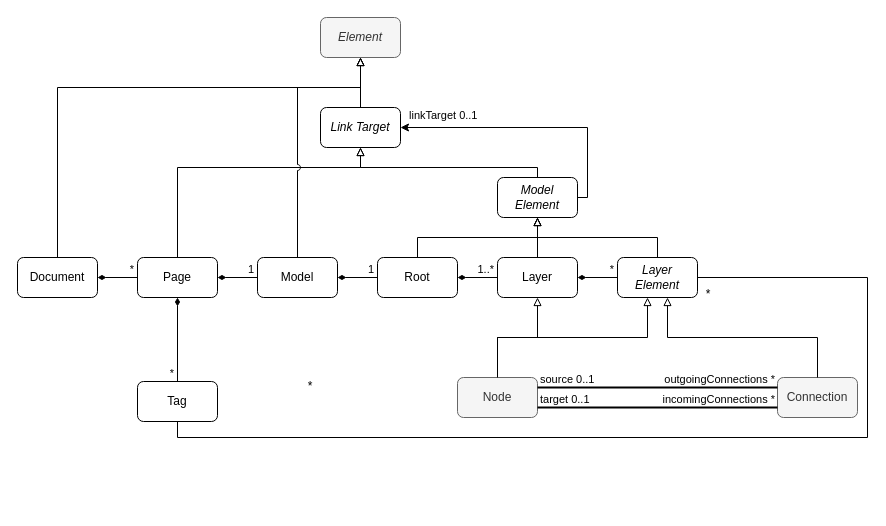
Above: model/core/drawio/classes.drawio in Nasdanika/nasdanika.github.io (draw.io), before the change. Source tidied: cells renumbered, new cells numbered last; positions are measured from the earlier drawing's top-left corner, leaving out a move shared by most shapes. Both pictures are drawn from the tidied source at 100%, with x=0, y=0 at pixel (17, 17).
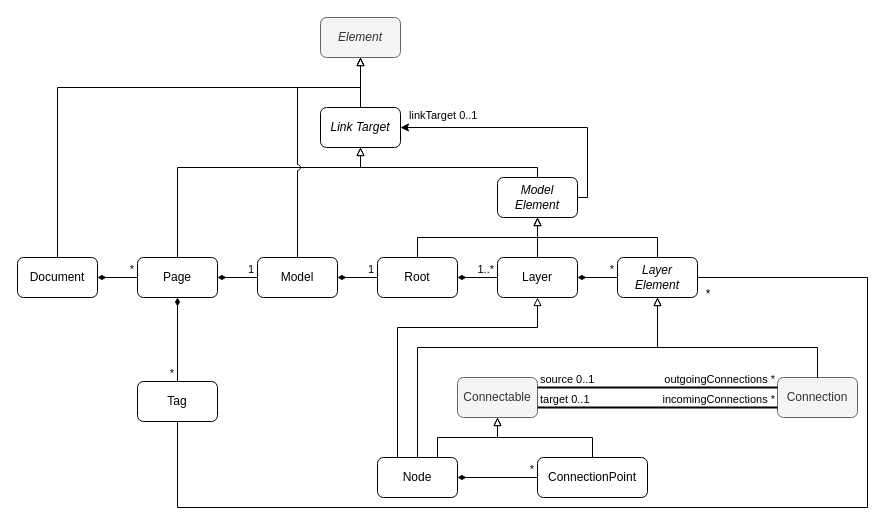
The same diagram, later.

The change refers to these unchanged cells:
```xml
<mxCell id="6" value="Layer" style="rounded=1;whiteSpace=wrap;html=1;" parent="1" vertex="1">
  <mxGeometry x="480" y="240" width="80" height="40" as="geometry" />
</mxCell>
<mxCell id="7" value="Layer&lt;br&gt;Element" style="rounded=1;whiteSpace=wrap;html=1;fontStyle=2;" parent="1" vertex="1">
  <mxGeometry x="600" y="240" width="80" height="40" as="geometry" />
</mxCell>
<mxCell id="13" value="Connection" style="rounded=1;whiteSpace=wrap;html=1;fillColor=#f5f5f5;fontColor=#333333;strokeColor=#666666;" parent="1" vertex="1">
  <mxGeometry x="760" y="360" width="80" height="40" as="geometry" />
</mxCell>
<mxCell id="40" value="Tag" style="rounded=1;whiteSpace=wrap;html=1;" parent="1" vertex="1">
  <mxGeometry x="120" y="364" width="80" height="40" as="geometry" />
</mxCell>
```

Change to the diagram source:
```diff
@@
-    <mxCell id="11" style="edgeStyle=orthogonalEdgeStyle;rounded=0;jettySize=auto;html=1;startArrow=none;startFill=0;endArrow=block;endFill=0;" parent="1" edge="1" source="12" target="7">
+    <mxCell id="11" style="edgeStyle=orthogonalEdgeStyle;rounded=0;jettySize=auto;html=1;startArrow=none;startFill=0;endArrow=block;endFill=0;exitX=0.5;exitY=0;exitDx=0;exitDy=0;" parent="1" edge="1" source="48">
       <mxGeometry relative="1" as="geometry">
+        <mxPoint x="640" y="280" as="targetPoint" />
         <Array as="points">
-          <mxPoint x="480" y="320" />
-          <mxPoint x="630" y="320" />
+          <mxPoint x="400" y="330" />
+          <mxPoint x="640" y="330" />
         </Array>
       </mxGeometry>
     </mxCell>
-    <mxCell id="12" value="Node" style="rounded=1;whiteSpace=wrap;html=1;fillColor=#f5f5f5;fontColor=#333333;strokeColor=#666666;" parent="1" vertex="1">
+    <mxCell id="12" value="Connectable" style="rounded=1;whiteSpace=wrap;html=1;fillColor=#f5f5f5;fontColor=#333333;strokeColor=#666666;" parent="1" vertex="1">
       <mxGeometry x="440" y="360" width="80" height="40" as="geometry" />
     </mxCell>
@@
-    <mxCell id="27" style="edgeStyle=orthogonalEdgeStyle;rounded=0;jettySize=auto;html=1;startArrow=none;startFill=0;endArrow=block;endFill=0;" parent="1" edge="1" source="13" target="7">
+    <mxCell id="27" style="edgeStyle=orthogonalEdgeStyle;rounded=0;jettySize=auto;html=1;startArrow=none;startFill=0;endArrow=block;endFill=0;entryX=0.5;entryY=1;entryDx=0;entryDy=0;" parent="1" edge="1" source="13" target="7">
       <mxGeometry relative="1" as="geometry">
         <Array as="points">
-          <mxPoint x="800" y="320" />
-          <mxPoint x="650" y="320" />
+          <mxPoint x="800" y="330" />
+          <mxPoint x="640" y="330" />
         </Array>
       </mxGeometry>
     </mxCell>
-    <mxCell id="28" style="edgeStyle=orthogonalEdgeStyle;rounded=0;jettySize=auto;html=1;startArrow=none;startFill=0;endArrow=block;endFill=0;entryX=0.5;entryY=1;entryDx=0;entryDy=0;" parent="1" edge="1" source="12" target="6">
-      <mxGeometry relative="1" as="geometry" />
+    <mxCell id="28" style="edgeStyle=orthogonalEdgeStyle;rounded=0;jettySize=auto;html=1;startArrow=none;startFill=0;endArrow=block;endFill=0;entryX=0.5;entryY=1;entryDx=0;entryDy=0;exitX=0.25;exitY=0;exitDx=0;exitDy=0;" parent="1" edge="1" source="48" target="6">
+      <mxGeometry relative="1" as="geometry">
+        <Array as="points">
+          <mxPoint x="380" y="310" />
+          <mxPoint x="520" y="310" />
+        </Array>
+      </mxGeometry>
     </mxCell>
@@
     <mxCell id="39" style="edgeStyle=orthogonalEdgeStyle;rounded=0;jettySize=auto;html=1;endArrow=none;endFill=0;" parent="1" edge="1" source="40" target="7">
       <mxGeometry relative="1" as="geometry">
         <Array as="points">
-          <mxPoint x="160" y="420" />
-          <mxPoint x="850" y="420" />
+          <mxPoint x="160" y="490" />
+          <mxPoint x="850" y="490" />
           <mxPoint x="850" y="260" />
         </Array>
       </mxGeometry>
     </mxCell>
@@
-    <mxCell id="43" value="*" style="text;html=1;strokeColor=none;fillColor=none;align=center;verticalAlign=middle;whiteSpace=wrap;rounded=0;" parent="1" vertex="1">
-      <mxGeometry x="283" y="364" width="20" height="10" as="geometry" />
-    </mxCell>
@@
+    <mxCell id="48" value="Node" style="rounded=1;whiteSpace=wrap;html=1;" parent="1" vertex="1">
+      <mxGeometry x="360" y="440" width="80" height="40" as="geometry" />
+    </mxCell>
+    <mxCell id="49" value="ConnectionPoint" style="rounded=1;whiteSpace=wrap;html=1;" parent="1" vertex="1">
+      <mxGeometry x="520" y="440" width="110" height="40" as="geometry" />
+    </mxCell>
+    <mxCell id="50" style="edgeStyle=orthogonalEdgeStyle;rounded=0;jettySize=auto;html=1;startArrow=none;startFill=0;endArrow=block;endFill=0;entryX=0.5;entryY=1;entryDx=0;entryDy=0;exitX=0.75;exitY=0;exitDx=0;exitDy=0;" parent="1" edge="1" source="48" target="12">
+      <mxGeometry relative="1" as="geometry" />
+    </mxCell>
+    <mxCell id="51" style="edgeStyle=orthogonalEdgeStyle;rounded=0;jettySize=auto;html=1;startArrow=none;startFill=0;endArrow=block;endFill=0;entryX=0.5;entryY=1;entryDx=0;entryDy=0;" parent="1" edge="1" source="49" target="12">
+      <mxGeometry relative="1" as="geometry" />
+    </mxCell>
+    <mxCell id="52" style="endArrow=none;html=1;edgeStyle=orthogonalEdgeStyle;rounded=0;startArrow=diamondThin;startFill=1;" parent="1" edge="1" source="48" target="49">
+      <mxGeometry relative="1" as="geometry" />
+    </mxCell>
+    <mxCell id="43" value="*" style="edgeLabel;html=1;align=right;verticalAlign=bottom;" parent="52" vertex="1">
+      <mxGeometry x="1" relative="1" as="geometry">
+        <mxPoint x="-3" as="offset" />
+      </mxGeometry>
+    </mxCell>
```
